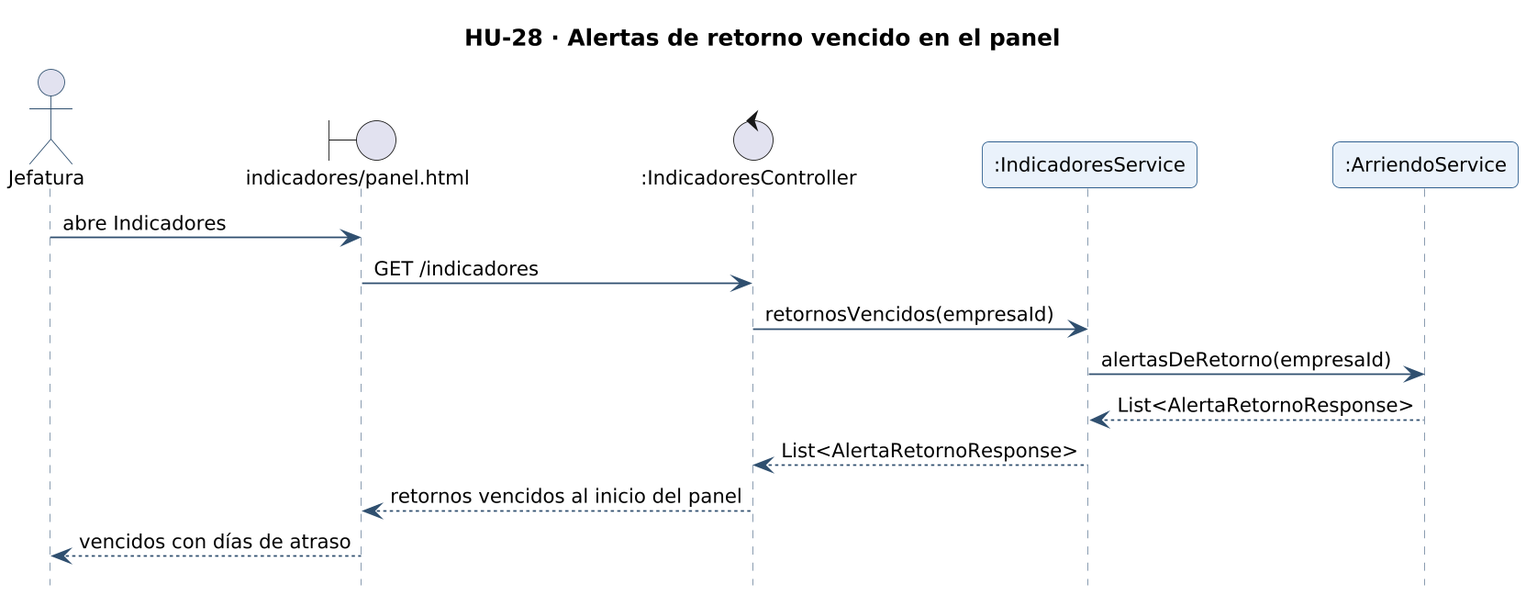
Above: docs/diagramas/secuencia-hu-28.png in gonzaloarenasduoc/Mira (PlantUML), before the change. Its diagram source:
```plantuml
@startuml secuencia-hu-28
!include _estilo.iuml
hide footbox
skinparam maxMessageSize 260
skinparam sequenceMessageAlign left
title HU-28 · Alertas de retorno vencido en el panel
actor "Jefatura" as A
boundary "indicadores/panel.html" as L_VISTA_indicadores_panel
control ":IndicadoresController" as L_IndicadoresController
participant ":IndicadoresService" as L_IndicadoresService
participant ":ArriendoService" as L_ArriendoService
A -> L_VISTA_indicadores_panel : abre Indicadores
L_VISTA_indicadores_panel -> L_IndicadoresController : GET /indicadores
L_IndicadoresController -> L_IndicadoresService : retornosVencidos(empresaId)
L_IndicadoresService -> L_ArriendoService : alertasDeRetorno(empresaId)
L_ArriendoService --> L_IndicadoresService : List<AlertaRetornoResponse>
L_IndicadoresService --> L_IndicadoresController : List<AlertaRetornoResponse>
L_IndicadoresController --> L_VISTA_indicadores_panel : retornos vencidos al inicio del panel
L_VISTA_indicadores_panel --> A : vencidos con días de atraso
@enduml
```
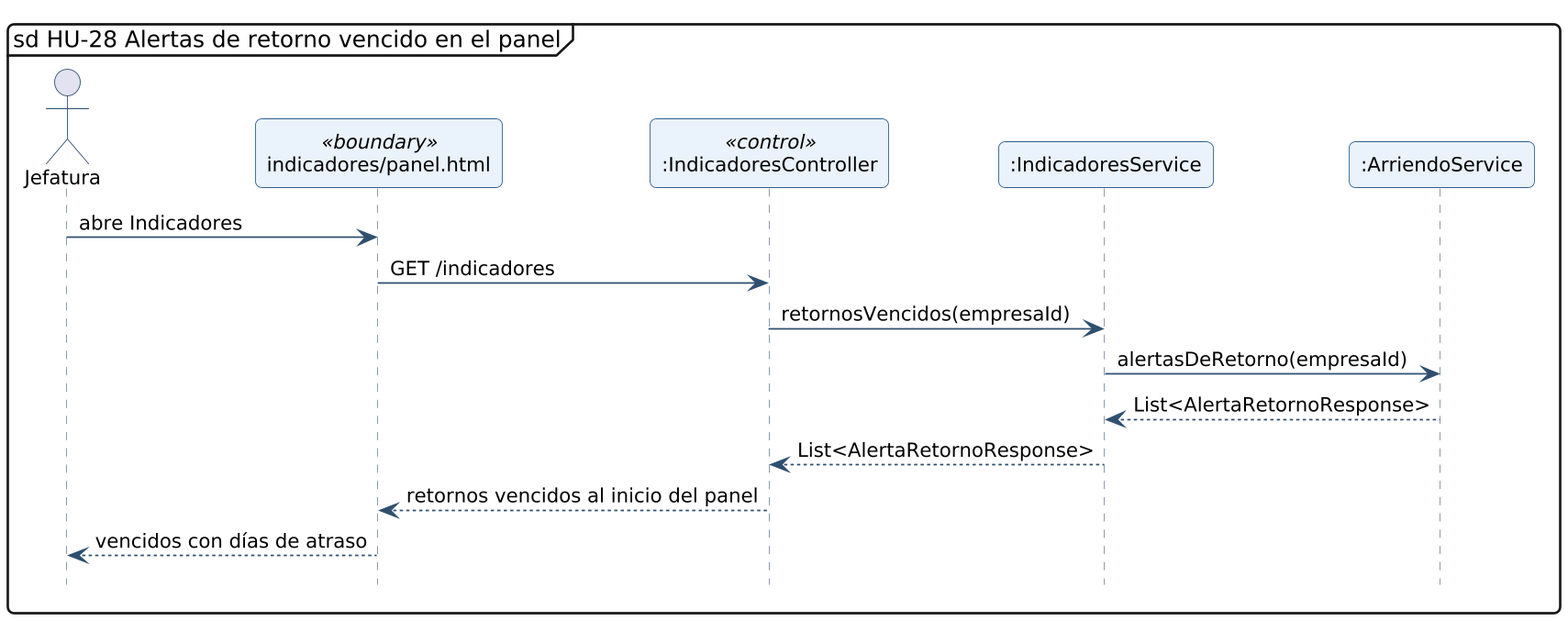
After the change.

Diff of the diagram source:
```diff
@@ -3,10 +3,10 @@
 hide footbox
 skinparam maxMessageSize 260
 skinparam sequenceMessageAlign left
-title HU-28 · Alertas de retorno vencido en el panel
+mainframe sd HU-28 Alertas de retorno vencido en el panel
 actor "Jefatura" as A
-boundary "indicadores/panel.html" as L_VISTA_indicadores_panel
-control ":IndicadoresController" as L_IndicadoresController
+participant "indicadores/panel.html" as L_VISTA_indicadores_panel <<boundary>>
+participant ":IndicadoresController" as L_IndicadoresController <<control>>
 participant ":IndicadoresService" as L_IndicadoresService
 participant ":ArriendoService" as L_ArriendoService
 A -> L_VISTA_indicadores_panel : abre Indicadores
```
